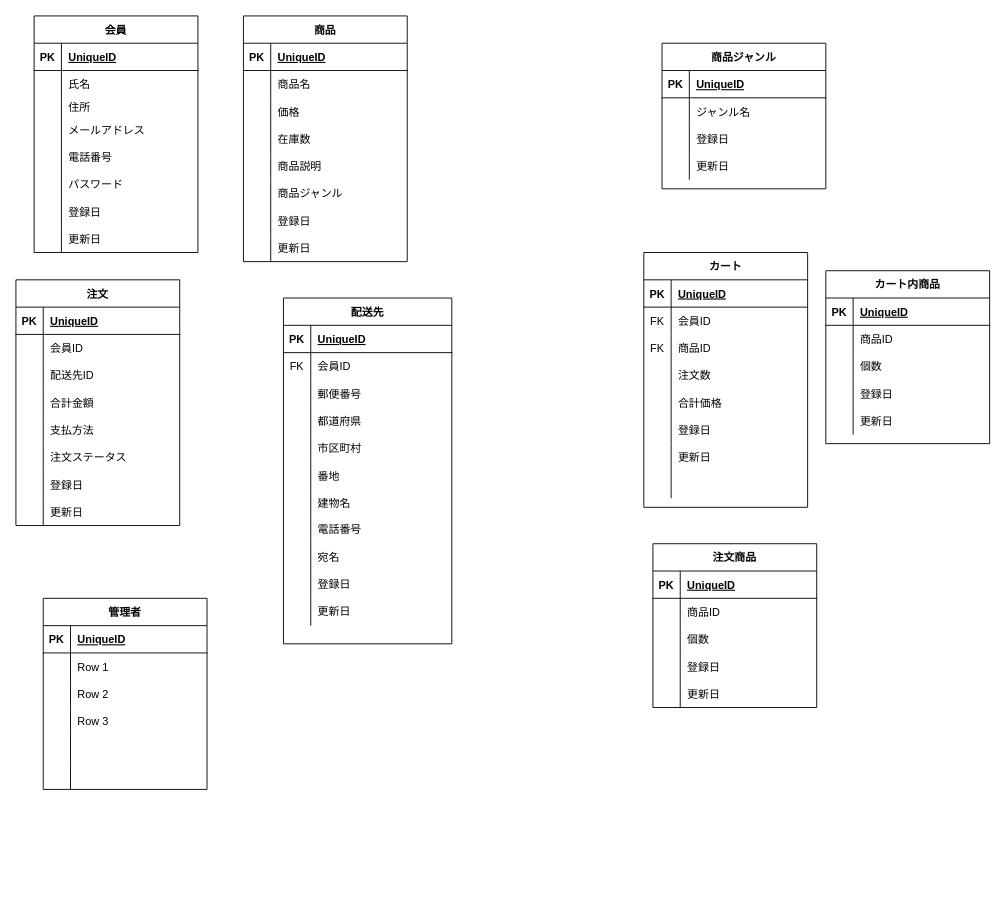
Earlier version of the draw.io diagram WCPチーム開発ER図.drawio (TOMOKIHAGUI/WCR-TEAM_ER). Source tidied: cells renumbered, new cells numbered last; positions are measured from the earlier drawing's top-left corner, leaving out a move shared by most shapes. Both pictures are drawn from the tidied source at 91%, with x=0, y=0 at pixel (15, 15).
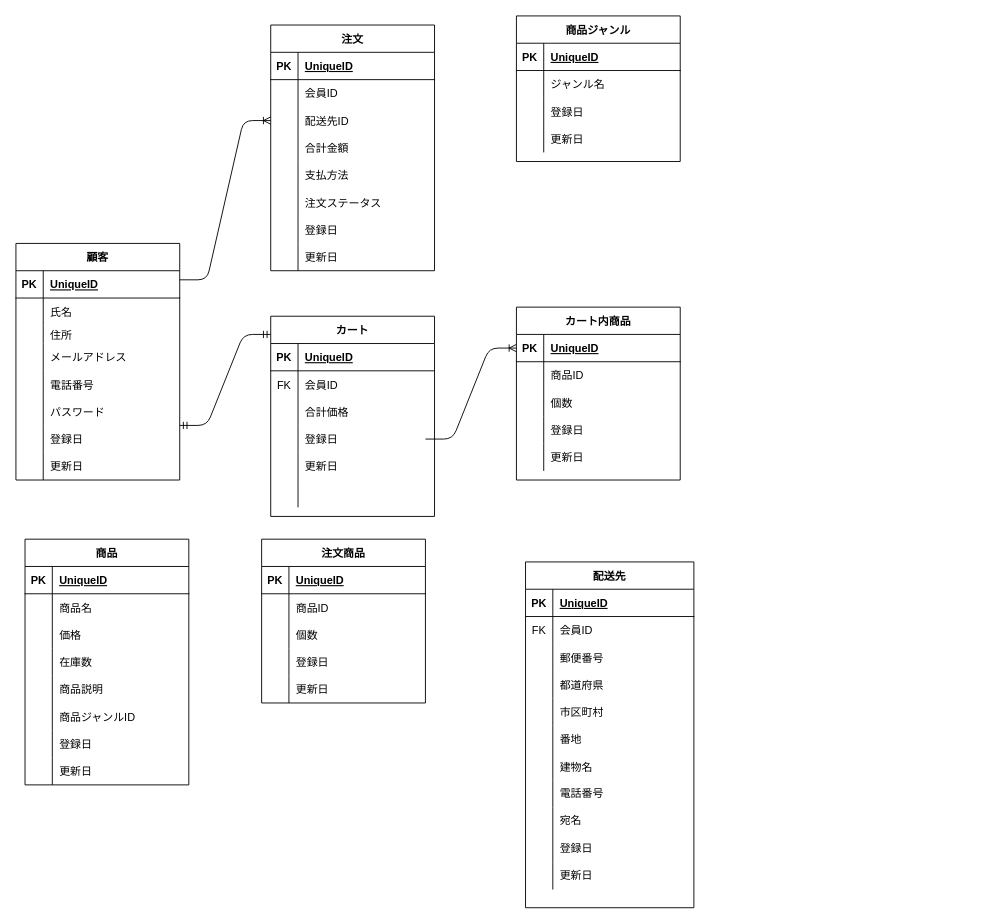
Above is the later version.

Commit message:
WCPチーム開発ER図.drawio を更新します

The change refers to these unchanged cells:
```xml
<mxCell id="43" style="shape=partialRectangle;fillColor=none;top=0;left=0;bottom=0;right=0;" parent="27" vertex="1">
  <mxGeometry y="180" width="180" height="30" as="geometry" />
</mxCell>
<mxCell id="93" style="shape=partialRectangle;fillColor=none;top=0;left=0;bottom=0;right=0;points=[[0,0.5],[1,0.5]];portConstraint=eastwest;" parent="86" vertex="1">
  <mxGeometry y="90" width="180" height="30" as="geometry" />
</mxCell>
```

Change to the diagram source:
```diff
@@
-    <mxCell id="2" value="会員" style="shape=table;startSize=30;childLayout=tableLayout;rowLines=0;fontStyle=1;align=center;" parent="1" vertex="1">
-      <mxGeometry x="20" width="180" height="260" as="geometry" />
+    <mxCell id="2" value="顧客" style="shape=table;startSize=30;childLayout=tableLayout;rowLines=0;fontStyle=1;align=center;" parent="1" vertex="1">
+      <mxGeometry y="250" width="180" height="260" as="geometry" />
     </mxCell>
@@
     <mxCell id="27" value="商品" style="shape=table;startSize=30;childLayout=tableLayout;rowLines=0;fontStyle=1;align=center;" parent="1" vertex="1">
-      <mxGeometry x="250" width="180" height="270" as="geometry" />
+      <mxGeometry x="10" y="575" width="180" height="270" as="geometry" />
     </mxCell>
@@
-    <mxCell id="45" value="商品ジャンル" style="shape=partialRectangle;fillColor=none;top=0;left=0;bottom=0;right=0;align=left;spacingLeft=6;overflow=hidden;" parent="43" vertex="1">
+    <mxCell id="45" value="商品ジャンルID" style="shape=partialRectangle;fillColor=none;top=0;left=0;bottom=0;right=0;align=left;spacingLeft=6;overflow=hidden;" parent="43" vertex="1">
       <mxGeometry x="30" width="150" height="30" as="geometry" />
     </mxCell>
@@
     <mxCell id="52" value="配送先" style="shape=table;startSize=30;childLayout=tableLayout;rowLines=0;fontStyle=1;align=center;" parent="1" vertex="1">
-      <mxGeometry x="294" y="310" width="185" height="380" as="geometry" />
+      <mxGeometry x="560" y="600" width="185" height="380" as="geometry" />
     </mxCell>
@@
     <mxCell id="86" value="注文" style="shape=table;startSize=30;childLayout=tableLayout;rowLines=0;fontStyle=1;align=center;" parent="1" vertex="1">
-      <mxGeometry y="290" width="180" height="270" as="geometry" />
+      <mxGeometry x="280" y="10" width="180" height="270" as="geometry" />
     </mxCell>
@@
-    <mxCell id="111" value="管理者" style="shape=table;startSize=30;childLayout=tableLayout;rowLines=0;fontStyle=1;align=center;fillColor=none;" parent="1" vertex="1">
-      <mxGeometry x="30" y="640" width="180" height="210" as="geometry" />
-    </mxCell>
-    <mxCell id="112" style="shape=partialRectangle;fillColor=none;top=0;left=0;bottom=1;right=0;" parent="111" vertex="1">
-      <mxGeometry y="30" width="180" height="30" as="geometry" />
-    </mxCell>
-    <mxCell id="113" value="PK" style="shape=partialRectangle;fillColor=none;top=0;left=0;bottom=0;right=0;fontStyle=1;overflow=hidden;" parent="112" vertex="1">
-      <mxGeometry width="30" height="30" as="geometry" />
-    </mxCell>
-    <mxCell id="114" value="UniqueID" style="shape=partialRectangle;fillColor=none;top=0;left=0;bottom=0;right=0;align=left;spacingLeft=6;fontStyle=5;overflow=hidden;" parent="112" vertex="1">
-      <mxGeometry x="30" width="150" height="30" as="geometry" />
-    </mxCell>
-    <mxCell id="115" style="shape=partialRectangle;fillColor=none;top=0;left=0;bottom=0;right=0;" parent="111" vertex="1">
-      <mxGeometry y="60" width="180" height="30" as="geometry" />
-    </mxCell>
-    <mxCell id="116" style="shape=partialRectangle;fillColor=none;top=0;left=0;bottom=0;right=0;overflow=hidden;" parent="115" vertex="1">
-      <mxGeometry width="30" height="30" as="geometry" />
-    </mxCell>
-    <mxCell id="117" value="Row 1" style="shape=partialRectangle;fillColor=none;top=0;left=0;bottom=0;right=0;align=left;spacingLeft=6;overflow=hidden;" parent="115" vertex="1">
-      <mxGeometry x="30" width="150" height="30" as="geometry" />
-    </mxCell>
-    <mxCell id="118" style="shape=partialRectangle;fillColor=none;top=0;left=0;bottom=0;right=0;" parent="111" vertex="1">
-      <mxGeometry y="90" width="180" height="30" as="geometry" />
-    </mxCell>
-    <mxCell id="119" style="shape=partialRectangle;fillColor=none;top=0;left=0;bottom=0;right=0;overflow=hidden;" parent="118" vertex="1">
-      <mxGeometry width="30" height="30" as="geometry" />
-    </mxCell>
-    <mxCell id="120" value="Row 2" style="shape=partialRectangle;fillColor=none;top=0;left=0;bottom=0;right=0;align=left;spacingLeft=6;overflow=hidden;" parent="118" vertex="1">
-      <mxGeometry x="30" width="150" height="30" as="geometry" />
-    </mxCell>
-    <mxCell id="121" style="shape=partialRectangle;fillColor=none;top=0;left=0;bottom=0;right=0;" parent="111" vertex="1">
-      <mxGeometry y="120" width="180" height="30" as="geometry" />
-    </mxCell>
-    <mxCell id="122" style="shape=partialRectangle;fillColor=none;top=0;left=0;bottom=0;right=0;overflow=hidden;" parent="121" vertex="1">
-      <mxGeometry width="30" height="30" as="geometry" />
-    </mxCell>
-    <mxCell id="123" value="Row 3" style="shape=partialRectangle;fillColor=none;top=0;left=0;bottom=0;right=0;align=left;spacingLeft=6;overflow=hidden;" parent="121" vertex="1">
-      <mxGeometry x="30" width="150" height="30" as="geometry" />
-    </mxCell>
-    <mxCell id="124" style="shape=partialRectangle;fillColor=none;top=0;left=0;bottom=0;right=0;" parent="111" vertex="1">
-      <mxGeometry y="150" width="180" height="30" as="geometry" />
-    </mxCell>
-    <mxCell id="125" style="shape=partialRectangle;fillColor=none;top=0;left=0;bottom=0;right=0;overflow=hidden;" parent="124" vertex="1">
-      <mxGeometry width="30" height="30" as="geometry" />
-    </mxCell>
-    <mxCell id="126" style="shape=partialRectangle;fillColor=none;top=0;left=0;bottom=0;right=0;align=left;spacingLeft=6;overflow=hidden;" parent="124" vertex="1">
-      <mxGeometry x="30" width="150" height="30" as="geometry" />
-    </mxCell>
-    <mxCell id="127" style="shape=partialRectangle;fillColor=none;top=0;left=0;bottom=0;right=0;" parent="111" vertex="1">
-      <mxGeometry y="180" width="180" height="30" as="geometry" />
-    </mxCell>
-    <mxCell id="128" style="shape=partialRectangle;fillColor=none;top=0;left=0;bottom=0;right=0;overflow=hidden;" parent="127" vertex="1">
-      <mxGeometry width="30" height="30" as="geometry" />
-    </mxCell>
-    <mxCell id="129" style="shape=partialRectangle;fillColor=none;top=0;left=0;bottom=0;right=0;align=left;spacingLeft=6;overflow=hidden;" parent="127" vertex="1">
-      <mxGeometry x="30" width="150" height="30" as="geometry" />
-    </mxCell>
     <mxCell id="130" value="カート" style="shape=table;startSize=30;childLayout=tableLayout;rowLines=0;fontStyle=1;align=center;fillColor=none;" parent="1" vertex="1">
-      <mxGeometry x="690" y="260" width="180" height="280" as="geometry" />
+      <mxGeometry x="280" y="330" width="180" height="220" as="geometry" />
     </mxCell>
@@
-    <mxCell id="137" style="shape=partialRectangle;fillColor=none;top=0;left=0;bottom=0;right=0;" parent="130" vertex="1">
-      <mxGeometry y="90" width="180" height="30" as="geometry" />
-    </mxCell>
-    <mxCell id="138" value="FK" style="shape=partialRectangle;fillColor=none;top=0;left=0;bottom=0;right=0;overflow=hidden;" parent="137" vertex="1">
-      <mxGeometry width="30" height="30" as="geometry" />
-    </mxCell>
-    <mxCell id="139" value="商品ID" style="shape=partialRectangle;fillColor=none;top=0;left=0;bottom=0;right=0;align=left;spacingLeft=6;overflow=hidden;" parent="137" vertex="1">
-      <mxGeometry x="30" width="150" height="30" as="geometry" />
-    </mxCell>
-    <mxCell id="140" style="shape=partialRectangle;fillColor=none;top=0;left=0;bottom=0;right=0;" parent="130" vertex="1">
-      <mxGeometry y="120" width="180" height="30" as="geometry" />
-    </mxCell>
-    <mxCell id="141" style="shape=partialRectangle;fillColor=none;top=0;left=0;bottom=0;right=0;overflow=hidden;" parent="140" vertex="1">
-      <mxGeometry width="30" height="30" as="geometry" />
-    </mxCell>
-    <mxCell id="142" value="注文数" style="shape=partialRectangle;fillColor=none;top=0;left=0;bottom=0;right=0;align=left;spacingLeft=6;overflow=hidden;" parent="140" vertex="1">
-      <mxGeometry x="30" width="150" height="30" as="geometry" />
-    </mxCell>
     <mxCell id="143" style="shape=partialRectangle;fillColor=none;top=0;left=0;bottom=0;right=0;" parent="130" vertex="1">
-      <mxGeometry y="150" width="180" height="30" as="geometry" />
+      <mxGeometry y="90" width="180" height="30" as="geometry" />
     </mxCell>
@@
     <mxCell id="146" style="shape=partialRectangle;fillColor=none;top=0;left=0;bottom=0;right=0;" parent="130" vertex="1">
-      <mxGeometry y="180" width="180" height="30" as="geometry" />
+      <mxGeometry y="120" width="180" height="30" as="geometry" />
     </mxCell>
@@
     <mxCell id="149" style="shape=partialRectangle;fillColor=none;top=0;left=0;bottom=0;right=0;" parent="130" vertex="1">
-      <mxGeometry y="210" width="180" height="30" as="geometry" />
+      <mxGeometry y="150" width="180" height="30" as="geometry" />
     </mxCell>
@@
-    <mxCell id="152" style="shape=partialRectangle;fillColor=none;top=0;left=0;bottom=0;right=0;" parent="130" vertex="1">
-      <mxGeometry y="240" width="180" height="30" as="geometry" />
-    </mxCell>
-    <mxCell id="153" style="shape=partialRectangle;fillColor=none;top=0;left=0;bottom=0;right=0;overflow=hidden;" parent="152" vertex="1">
-      <mxGeometry width="30" height="30" as="geometry" />
-    </mxCell>
-    <mxCell id="154" style="shape=partialRectangle;fillColor=none;top=0;left=0;bottom=0;right=0;align=left;spacingLeft=6;overflow=hidden;" parent="152" vertex="1">
-      <mxGeometry x="30" width="150" height="30" as="geometry" />
-    </mxCell>
+    <mxCell id="124" style="shape=partialRectangle;fillColor=none;top=0;left=0;bottom=0;right=0;" parent="130" vertex="1">
+      <mxGeometry y="180" width="180" height="30" as="geometry" />
+    </mxCell>
+    <mxCell id="125" style="shape=partialRectangle;fillColor=none;top=0;left=0;bottom=0;right=0;overflow=hidden;" parent="124" vertex="1">
+      <mxGeometry width="30" height="30" as="geometry" />
+    </mxCell>
+    <mxCell id="126" style="shape=partialRectangle;fillColor=none;top=0;left=0;bottom=0;right=0;align=left;spacingLeft=6;overflow=hidden;" parent="124" vertex="1">
+      <mxGeometry x="30" width="150" height="30" as="geometry" />
+    </mxCell>
     <mxCell id="155" value="注文商品" style="shape=table;startSize=30;childLayout=tableLayout;rowLines=0;fontStyle=1;align=center;" parent="1" vertex="1">
-      <mxGeometry x="700" y="580" width="180" height="180" as="geometry" />
+      <mxGeometry x="270" y="575" width="180" height="180" as="geometry" />
     </mxCell>
@@
     <mxCell id="171" value="商品ジャンル" style="shape=table;startSize=30;childLayout=tableLayout;rowLines=0;fontStyle=1;align=center;" parent="1" vertex="1">
-      <mxGeometry x="710" y="30" width="180" height="160" as="geometry" />
+      <mxGeometry x="550" width="180" height="160" as="geometry" />
     </mxCell>
@@
     <mxCell id="184" value="カート内商品" style="shape=table;startSize=30;childLayout=tableLayout;rowLines=0;fontStyle=1;align=center;" parent="1" vertex="1">
-      <mxGeometry x="890" y="280" width="180" height="190" as="geometry" />
+      <mxGeometry x="550" y="320" width="180" height="190" as="geometry" />
     </mxCell>
@@
+    <mxCell id="200" style="edgeStyle=entityRelationEdgeStyle;fontSize=12;html=1;endArrow=ERoneToMany;entryX=0;entryY=0.5;entryDx=0;entryDy=0;" parent="1" edge="1" target="93">
+      <mxGeometry relative="1" as="geometry">
+        <mxPoint x="180" y="290" as="sourcePoint" />
+      </mxGeometry>
+    </mxCell>
+    <mxCell id="201" style="edgeStyle=entityRelationEdgeStyle;fontSize=12;html=1;endArrow=ERmandOne;startArrow=ERmandOne;" parent="1" edge="1">
+      <mxGeometry relative="1" as="geometry">
+        <mxPoint x="180" y="450" as="sourcePoint" />
+        <mxPoint x="280" y="350" as="targetPoint" />
+      </mxGeometry>
+    </mxCell>
+    <mxCell id="202" style="edgeStyle=entityRelationEdgeStyle;fontSize=12;html=1;endArrow=ERoneToMany;" parent="1" edge="1">
+      <mxGeometry relative="1" as="geometry">
+        <mxPoint x="450" y="465" as="sourcePoint" />
+        <mxPoint x="550" y="365" as="targetPoint" />
+      </mxGeometry>
+    </mxCell>
```
